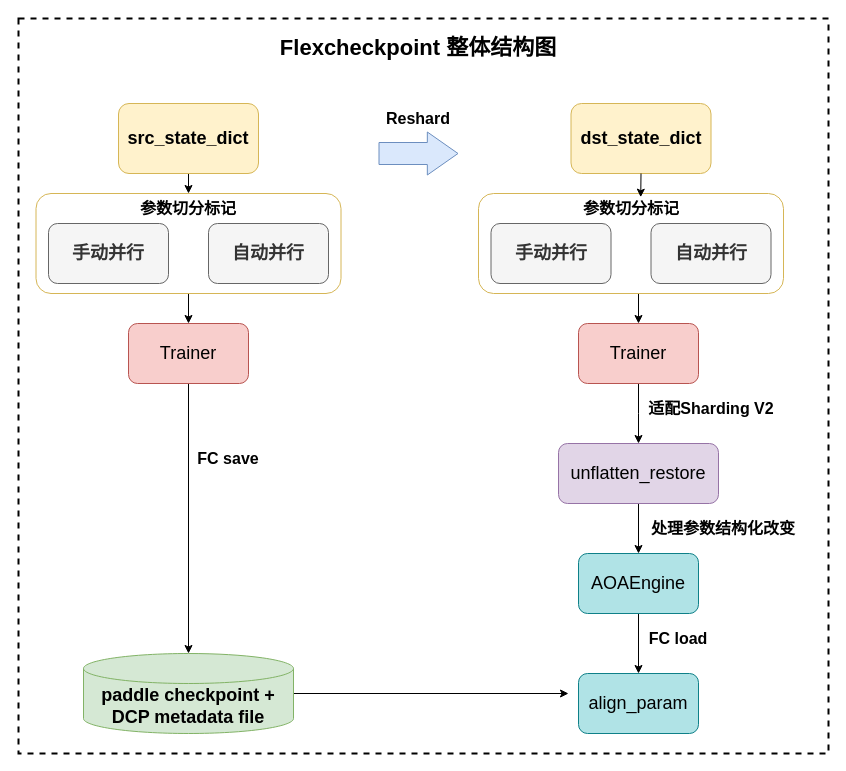
Above: drawio_images/FC整体架构图.drawio in zty-king/zty-king (draw.io), before the change. Source tidied: cells renumbered, new cells numbered last; positions are measured from the earlier drawing's top-left corner, leaving out a move shared by most shapes. Both pictures are drawn from the tidied source at 100%, with x=0, y=0 at pixel (18, 18).
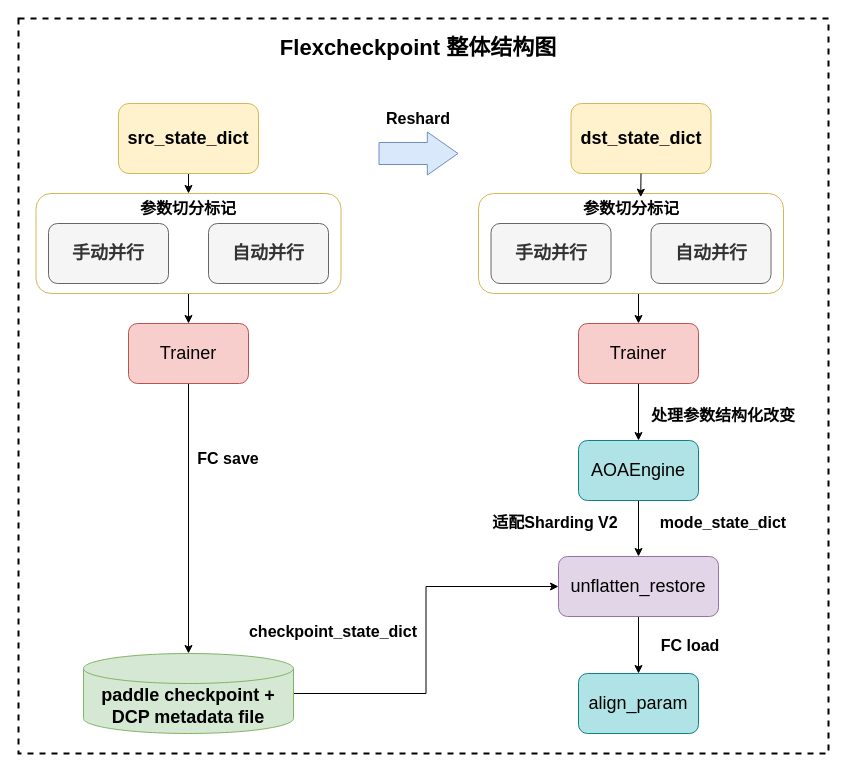
Above is the later version.

Commit message:
更新FC整体架构图.drawio

The change refers to these unchanged cells:
```xml
<mxCell id="20" value="&lt;font style=&quot;font-size: 18px;&quot;&gt;&lt;b&gt;paddle checkpoint + DCP metadata file&lt;/b&gt;&lt;/font&gt;" style="shape=cylinder3;whiteSpace=wrap;html=1;boundedLbl=1;backgroundOutline=1;size=15;fillColor=#d5e8d4;strokeColor=#82b366;" parent="1" vertex="1">
  <mxGeometry x="65" y="635" width="210" height="80" as="geometry" />
</mxCell>
<mxCell id="25" value="&lt;span style=&quot;font-size: 18px;&quot;&gt;Trainer&lt;/span&gt;" style="rounded=1;whiteSpace=wrap;html=1;fillColor=#f8cecc;strokeColor=#b85450;" parent="1" vertex="1">
  <mxGeometry x="560" y="305" width="120" height="60" as="geometry" />
</mxCell>
<mxCell id="34" value="&lt;span style=&quot;font-size: 18px;&quot;&gt;align_param&lt;/span&gt;" style="rounded=1;whiteSpace=wrap;html=1;fillColor=#b0e3e6;strokeColor=#0e8088;" parent="1" vertex="1">
  <mxGeometry x="560" y="655" width="120" height="60" as="geometry" />
</mxCell>
```

Diff of the diagram source:
```diff
@@
-    <mxCell id="19" style="edgeStyle=orthogonalEdgeStyle;rounded=0;jettySize=auto;html=1;exitX=1;exitY=0.5;exitDx=0;exitDy=0;exitPerimeter=0;" parent="1" edge="1" source="20">
-      <mxGeometry relative="1" as="geometry">
-        <mxPoint x="550" y="675" as="targetPoint" />
-      </mxGeometry>
-    </mxCell>
+    <mxCell id="35" style="edgeStyle=orthogonalEdgeStyle;rounded=0;jettySize=auto;html=1;exitX=1;exitY=0.5;exitDx=0;exitDy=0;exitPerimeter=0;entryX=0;entryY=0.5;entryDx=0;entryDy=0;" parent="1" edge="1" source="20" target="23">
+      <mxGeometry relative="1" as="geometry" />
+    </mxCell>
@@
-    <mxCell id="22" style="edgeStyle=orthogonalEdgeStyle;rounded=0;jettySize=auto;html=1;exitX=0.5;exitY=1;exitDx=0;exitDy=0;entryX=0.5;entryY=0;entryDx=0;entryDy=0;" parent="1" edge="1" source="23" target="31">
-      <mxGeometry relative="1" as="geometry" />
-    </mxCell>
+    <mxCell id="36" style="edgeStyle=orthogonalEdgeStyle;rounded=0;jettySize=auto;html=1;exitX=0.5;exitY=1;exitDx=0;exitDy=0;entryX=0.5;entryY=0;entryDx=0;entryDy=0;" parent="1" edge="1" source="23" target="34">
+      <mxGeometry relative="1" as="geometry" />
+    </mxCell>
     <mxCell id="23" value="&lt;span style=&quot;font-size: 18px;&quot;&gt;unflatten_restore&lt;/span&gt;" style="rounded=1;whiteSpace=wrap;html=1;fillColor=#e1d5e7;strokeColor=#9673a6;" parent="1" vertex="1">
-      <mxGeometry x="540" y="425" width="160" height="60" as="geometry" />
+      <mxGeometry x="540" y="538" width="160" height="60" as="geometry" />
     </mxCell>
-    <mxCell id="24" style="edgeStyle=orthogonalEdgeStyle;rounded=0;jettySize=auto;html=1;exitX=0.5;exitY=1;exitDx=0;exitDy=0;" parent="1" edge="1" source="25">
-      <mxGeometry relative="1" as="geometry">
-        <mxPoint x="620" y="425" as="targetPoint" />
-      </mxGeometry>
-    </mxCell>
+    <mxCell id="37" style="edgeStyle=orthogonalEdgeStyle;rounded=0;jettySize=auto;html=1;exitX=0.5;exitY=1;exitDx=0;exitDy=0;entryX=0.5;entryY=0;entryDx=0;entryDy=0;" parent="1" edge="1" source="25" target="31">
+      <mxGeometry relative="1" as="geometry" />
+    </mxCell>
@@
     <mxCell id="29" value="&lt;font style=&quot;font-size: 16px;&quot;&gt;&lt;b&gt;FC load&lt;/b&gt;&lt;/font&gt;" style="text;html=1;whiteSpace=wrap;strokeColor=none;fillColor=none;align=center;verticalAlign=middle;rounded=0;" parent="1" vertex="1">
-      <mxGeometry x="600" y="605" width="120" height="30" as="geometry" />
+      <mxGeometry x="612" y="612" width="120" height="30" as="geometry" />
     </mxCell>
-    <mxCell id="30" style="edgeStyle=orthogonalEdgeStyle;rounded=0;jettySize=auto;html=1;exitX=0.5;exitY=1;exitDx=0;exitDy=0;entryX=0.5;entryY=0;entryDx=0;entryDy=0;" parent="1" edge="1" source="31" target="34">
-      <mxGeometry relative="1" as="geometry" />
-    </mxCell>
+    <mxCell id="38" style="edgeStyle=orthogonalEdgeStyle;rounded=0;jettySize=auto;html=1;exitX=0.5;exitY=1;exitDx=0;exitDy=0;entryX=0.5;entryY=0;entryDx=0;entryDy=0;" parent="1" edge="1" source="31" target="23">
+      <mxGeometry relative="1" as="geometry" />
+    </mxCell>
     <mxCell id="31" value="&lt;span style=&quot;font-size: 18px;&quot;&gt;AOAEngine&lt;/span&gt;" style="rounded=1;whiteSpace=wrap;html=1;fillColor=#b0e3e6;strokeColor=#0e8088;" parent="1" vertex="1">
-      <mxGeometry x="560" y="535" width="120" height="60" as="geometry" />
+      <mxGeometry x="560" y="422" width="120" height="60" as="geometry" />
     </mxCell>
     <mxCell id="32" value="&lt;span style=&quot;font-size: 16px;&quot;&gt;&lt;b&gt;适配Sharding V2&lt;/b&gt;&lt;/span&gt;" style="text;html=1;whiteSpace=wrap;strokeColor=none;fillColor=none;align=center;verticalAlign=middle;rounded=0;" parent="1" vertex="1">
-      <mxGeometry x="612.5" y="375" width="160" height="30" as="geometry" />
+      <mxGeometry x="457" y="489" width="160" height="30" as="geometry" />
     </mxCell>
     <mxCell id="33" value="&lt;span style=&quot;font-size: 16px;&quot;&gt;&lt;b&gt;处理参数结构化改变&lt;/b&gt;&lt;/span&gt;" style="text;html=1;whiteSpace=wrap;strokeColor=none;fillColor=none;align=center;verticalAlign=middle;rounded=0;" parent="1" vertex="1">
-      <mxGeometry x="630" y="495" width="150" height="30" as="geometry" />
+      <mxGeometry x="630" y="382" width="150" height="30" as="geometry" />
     </mxCell>
@@
+    <mxCell id="39" value="&lt;span style=&quot;font-size: 16px;&quot;&gt;&lt;b&gt;mode_state_dict&lt;/b&gt;&lt;/span&gt;" style="text;html=1;whiteSpace=wrap;strokeColor=none;fillColor=none;align=center;verticalAlign=middle;rounded=0;" parent="1" vertex="1">
+      <mxGeometry x="625" y="489" width="160" height="30" as="geometry" />
+    </mxCell>
+    <mxCell id="40" value="&lt;span style=&quot;font-size: 16px;&quot;&gt;&lt;b&gt;checkpoint_state_dict&lt;/b&gt;&lt;/span&gt;" style="text;html=1;whiteSpace=wrap;strokeColor=none;fillColor=none;align=center;verticalAlign=middle;rounded=0;" parent="1" vertex="1">
+      <mxGeometry x="235" y="598" width="160" height="30" as="geometry" />
+    </mxCell>
```
